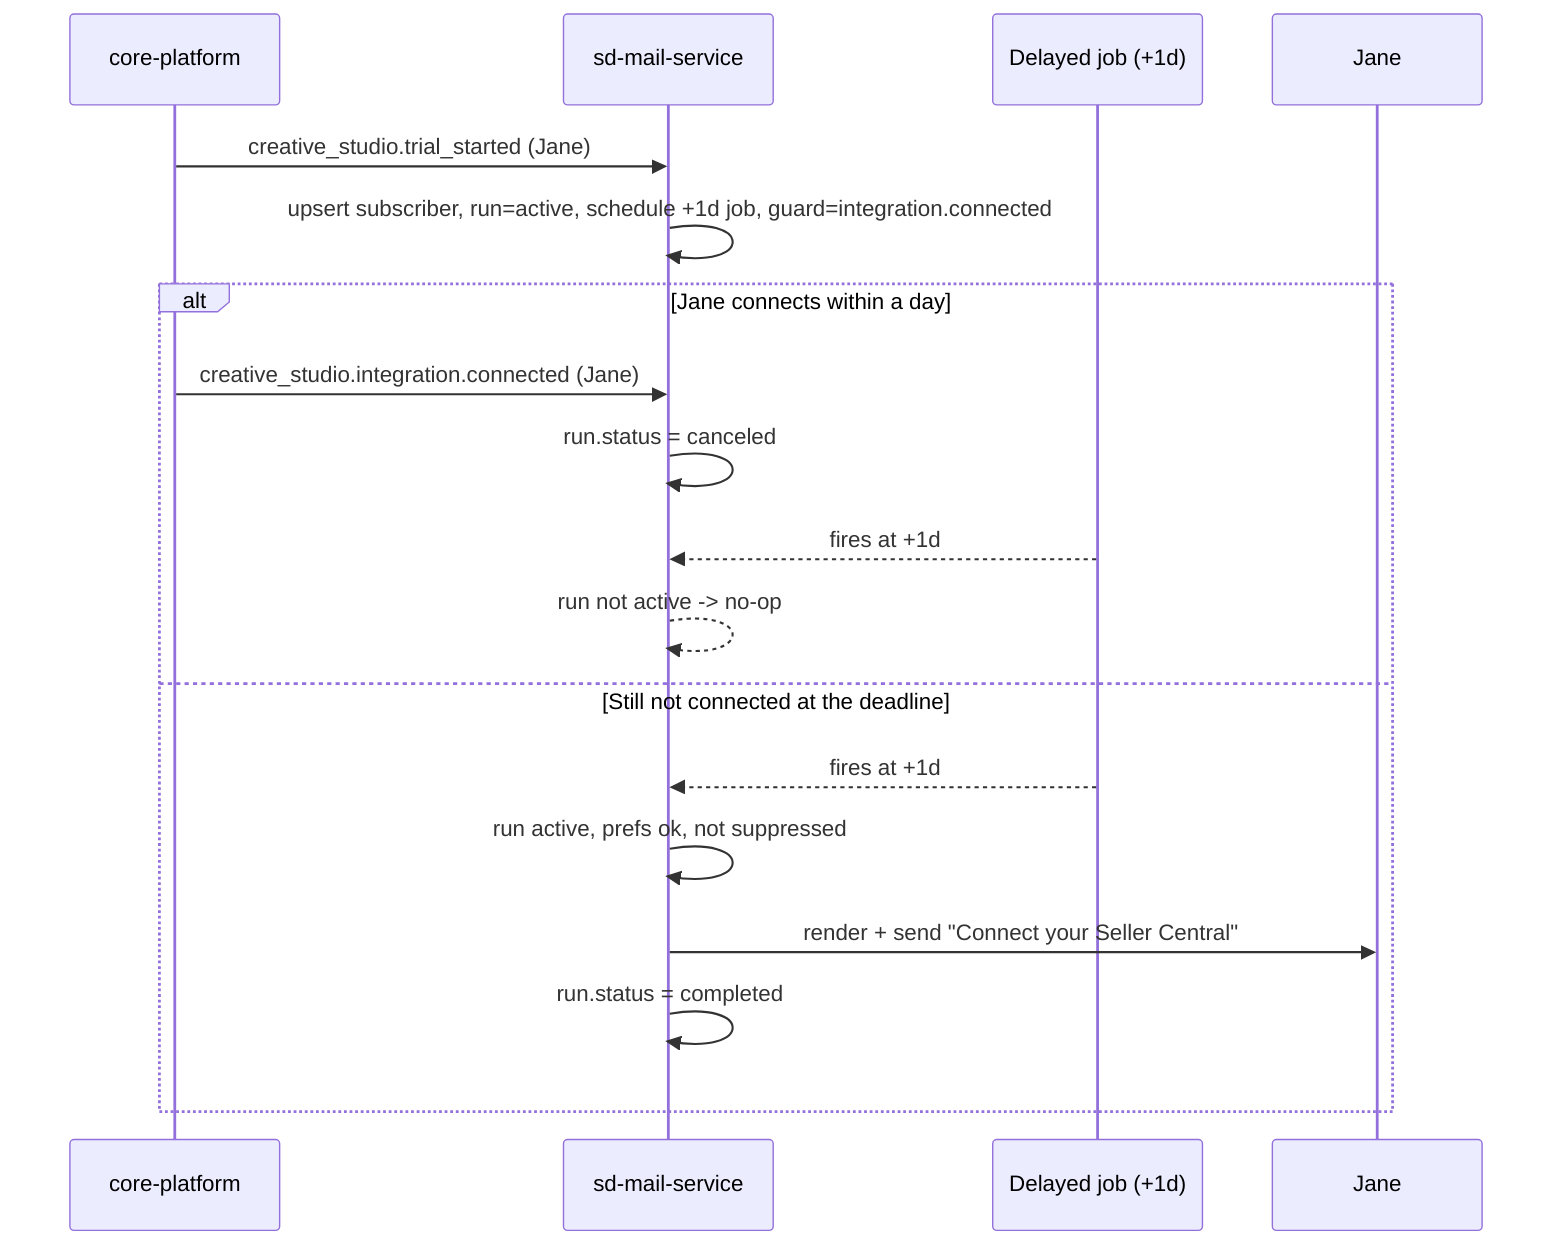
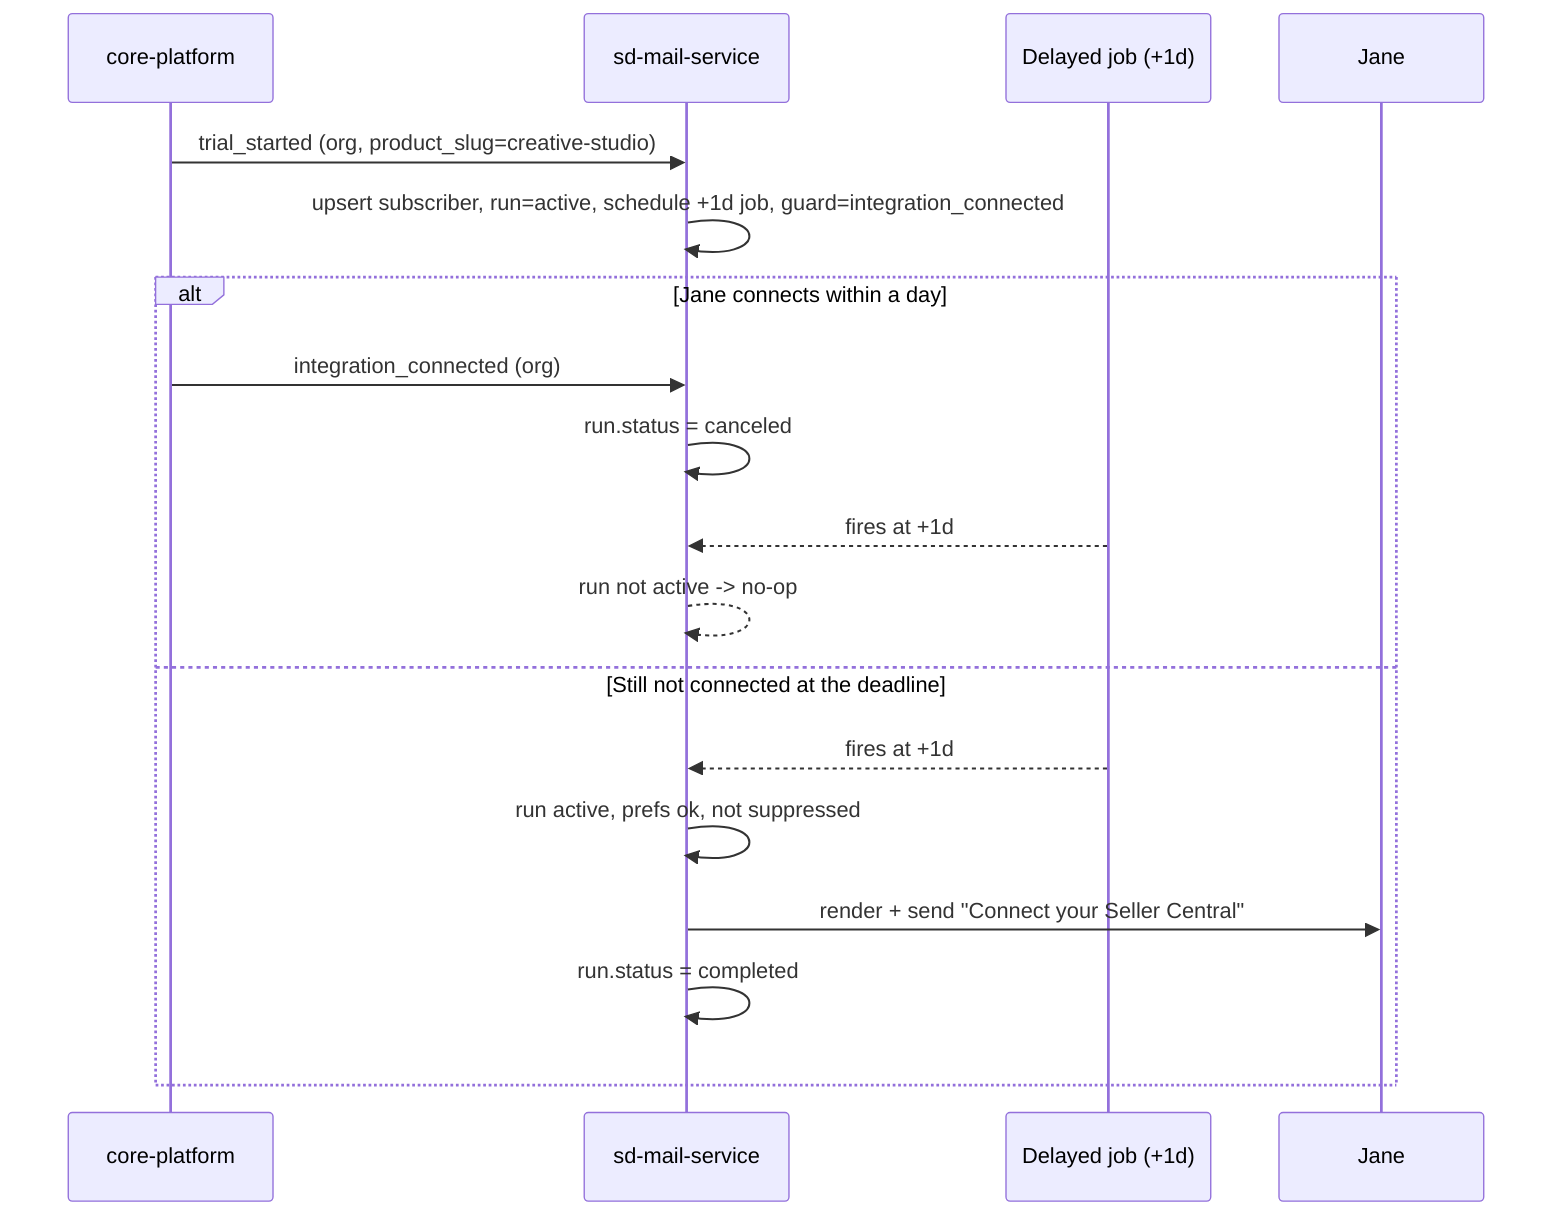
sequenceDiagram
  participant Core as core-platform
  participant N as sd-mail-service
  participant J as Delayed job (+1d)
-   Core->>N: creative_studio.trial_started (Jane)
-   N->>N: upsert subscriber, run=active, schedule +1d job, guard=integration.connected
+   Core->>N: trial_started (org, product_slug=creative-studio)
+   N->>N: upsert subscriber, run=active, schedule +1d job, guard=integration_connected
  alt Jane connects within a day
-     Core->>N: creative_studio.integration.connected (Jane)
+     Core->>N: integration_connected (org)
    N->>N: run.status = canceled
    J-->>N: fires at +1d
    N-->>N: run not active -> no-op
  else Still not connected at the deadline
    J-->>N: fires at +1d
    N->>N: run active, prefs ok, not suppressed
    N->>Jane: render + send "Connect your Seller Central"
    N->>N: run.status = completed
  end
